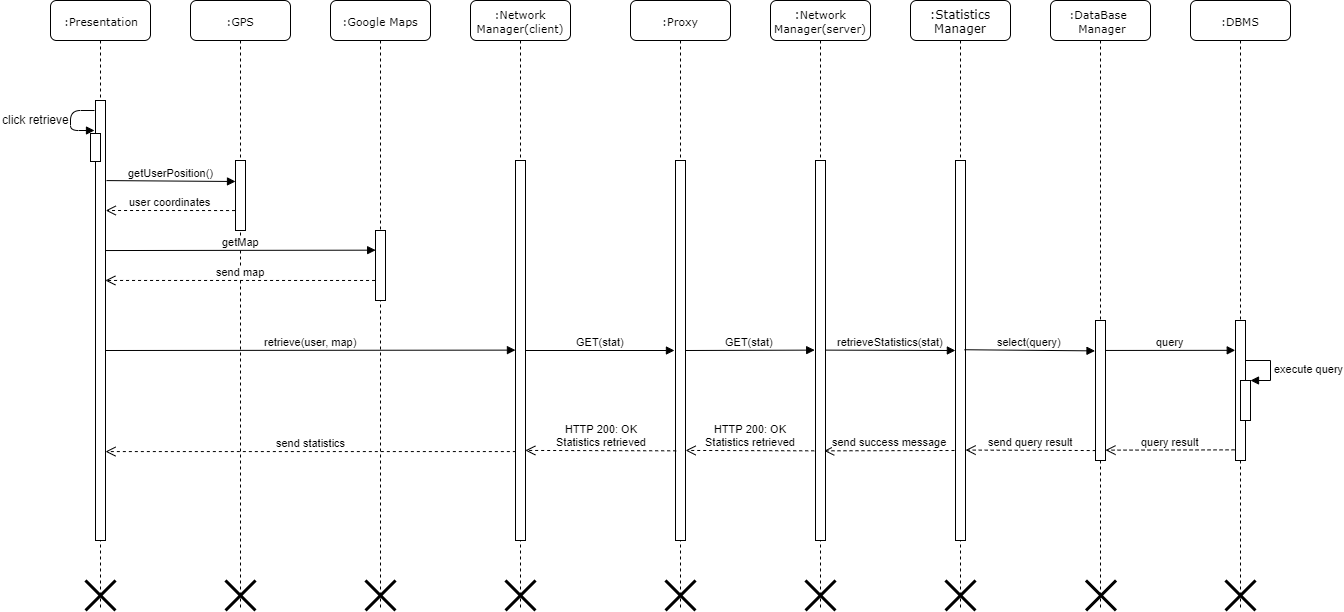
The draw.io diagram DD/img/sequence_diagrams/retrieve_statistics.png in dariomiceli3/SafeStreet, before a commit. Source tidied: cells renumbered, new cells last; positions are measured from the earlier drawing's top-left corner, leaving out a move shared by most shapes.
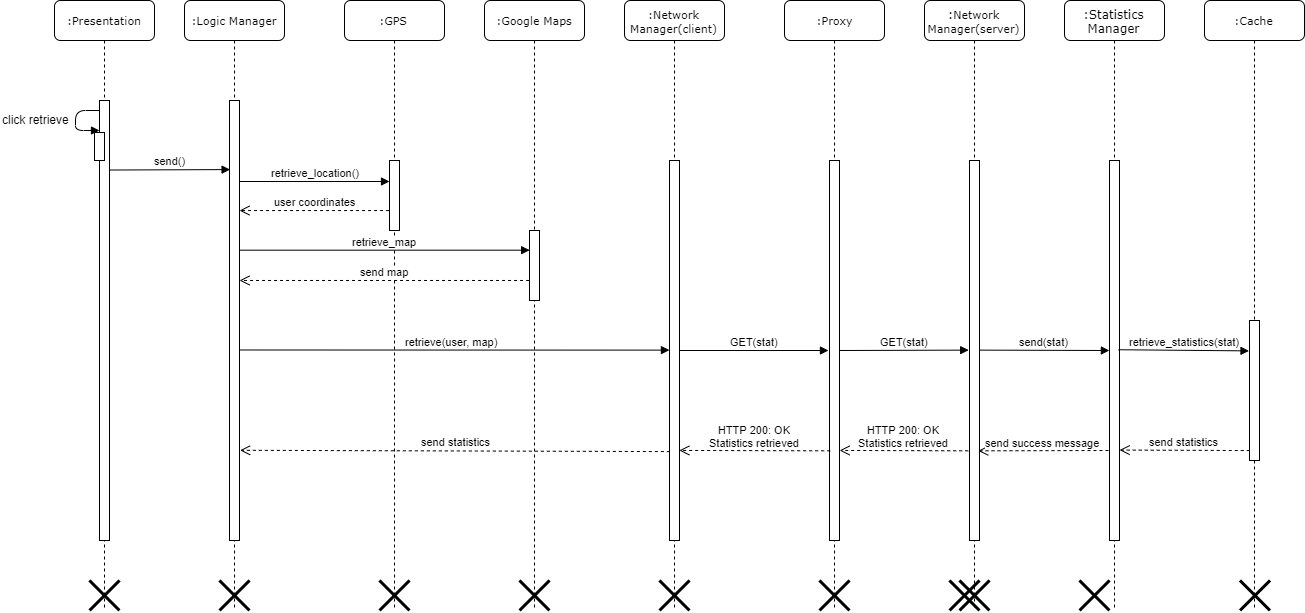
After the commit.

Change to the diagram source:
```diff
@@ -33,7 +33,7 @@
       <mxGeometry x="45" y="160" width="10" height="70" as="geometry" />
     </mxCell>
     <mxCell id="12" value="&lt;font style=&quot;font-size: 11px&quot;&gt;:Presentation&lt;/font&gt;" style="shape=umlLifeline;perimeter=lifelinePerimeter;whiteSpace=wrap;html=1;rounded=1;shadow=0;comic=0;labelBackgroundColor=none;strokeWidth=1;fontFamily=Verdana;fontSize=12;align=center;" parent="1" vertex="1">
-      <mxGeometry x="50" width="100" height="610" as="geometry" />
+      <mxGeometry x="-100" width="100" height="610" as="geometry" />
     </mxCell>
     <mxCell id="13" style="html=1;points=[];perimeter=orthogonalPerimeter;rounded=0;shadow=0;comic=0;labelBackgroundColor=none;strokeWidth=1;fontFamily=Verdana;fontSize=12;align=center;" parent="12" vertex="1">
       <mxGeometry x="45" y="100" width="10" height="440" as="geometry" />
@@ -44,45 +44,33 @@
     <mxCell id="15" style="shape=umlDestroy;whiteSpace=wrap;html=1;strokeWidth=3;" parent="12" vertex="1">
       <mxGeometry x="895" y="580" width="30" height="30" as="geometry" />
     </mxCell>
+    <mxCell id="50" value="send()" style="html=1;verticalAlign=bottom;endArrow=block;entryX=-0.141;entryY=0.157;entryDx=0;entryDy=0;entryPerimeter=0;exitX=1.04;exitY=0.158;exitDx=0;exitDy=0;exitPerimeter=0;" parent="12" edge="1" source="13">
+      <mxGeometry relative="1" as="geometry">
+        <mxPoint x="175.6" y="169.1" as="targetPoint" />
+      </mxGeometry>
+    </mxCell>
-    <mxCell id="16" value="&lt;font style=&quot;font-size: 11px&quot;&gt;:DataBase&amp;nbsp;&lt;br&gt;&amp;nbsp;Manager&lt;/font&gt;" style="shape=umlLifeline;perimeter=lifelinePerimeter;whiteSpace=wrap;html=1;rounded=1;shadow=0;comic=0;labelBackgroundColor=none;strokeWidth=1;fontFamily=Verdana;fontSize=12;align=center;" parent="1" vertex="1">
+    <mxCell id="16" value="&lt;span style=&quot;font-size: 11px&quot;&gt;:Cache&lt;/span&gt;" style="shape=umlLifeline;perimeter=lifelinePerimeter;whiteSpace=wrap;html=1;rounded=1;shadow=0;comic=0;labelBackgroundColor=none;strokeWidth=1;fontFamily=Verdana;fontSize=12;align=center;" parent="1" vertex="1">
       <mxGeometry x="1050" width="100" height="610" as="geometry" />
     </mxCell>
     <mxCell id="17" style="html=1;points=[];perimeter=orthogonalPerimeter;rounded=0;shadow=0;comic=0;labelBackgroundColor=none;strokeColor=#000000;strokeWidth=1;fillColor=#FFFFFF;fontFamily=Verdana;fontSize=12;fontColor=#000000;align=center;" parent="16" vertex="1">
       <mxGeometry x="45" y="320" width="10" height="140" as="geometry" />
     </mxCell>
-    <mxCell id="18" value="&lt;font style=&quot;font-size: 11px&quot;&gt;:DBMS&lt;/font&gt;" style="shape=umlLifeline;perimeter=lifelinePerimeter;whiteSpace=wrap;html=1;rounded=1;shadow=0;comic=0;labelBackgroundColor=none;strokeWidth=1;fontFamily=Verdana;fontSize=12;align=center;" parent="1" vertex="1">
-      <mxGeometry x="1190" width="100" height="610" as="geometry" />
-    </mxCell>
-    <mxCell id="19" style="html=1;points=[];perimeter=orthogonalPerimeter;rounded=0;shadow=0;comic=0;labelBackgroundColor=none;strokeColor=#000000;strokeWidth=1;fillColor=#FFFFFF;fontFamily=Verdana;fontSize=12;fontColor=#000000;align=center;" parent="18" vertex="1">
-      <mxGeometry x="45" y="320" width="10" height="140" as="geometry" />
-    </mxCell>
-    <mxCell id="20" style="html=1;points=[];perimeter=orthogonalPerimeter;" parent="18" vertex="1">
-      <mxGeometry x="50" y="380" width="10" height="40" as="geometry" />
-    </mxCell>
-    <mxCell id="21" value="execute query" style="edgeStyle=orthogonalEdgeStyle;html=1;align=left;spacingLeft=2;endArrow=block;rounded=0;entryX=1;entryY=0;" parent="18" edge="1" target="20">
-      <mxGeometry relative="1" as="geometry">
-        <mxPoint x="55" y="360" as="sourcePoint" />
-        <Array as="points">
-          <mxPoint x="80" y="360" />
-        </Array>
-      </mxGeometry>
-    </mxCell>
     <mxCell id="22" style="html=1;verticalAlign=bottom;endArrow=block;" parent="1" edge="1">
       <mxGeometry x="0.29" y="32" relative="1" as="geometry">
-        <mxPoint x="94" y="110" as="sourcePoint" />
-        <mxPoint x="94" y="130" as="targetPoint" />
+        <mxPoint x="-55" y="110" as="sourcePoint" />
+        <mxPoint x="-55" y="130" as="targetPoint" />
         <Array as="points">
-          <mxPoint x="70" y="110" />
-          <mxPoint x="70" y="130" />
+          <mxPoint x="-79" y="110" />
+          <mxPoint x="-79" y="130" />
         </Array>
         <mxPoint x="-30" y="22" as="offset" />
       </mxGeometry>
     </mxCell>
     <mxCell id="23" value="click retrieve" style="text;html=1;align=left;verticalAlign=top;spacingTop=-4;" parent="1" vertex="1">
-      <mxGeometry y="110" width="80" height="20" as="geometry" />
+      <mxGeometry x="-154" y="110" width="80" height="20" as="geometry" />
     </mxCell>
     <mxCell id="24" style="html=1;perimeter=orthogonalPerimeter;" parent="1" vertex="1">
-      <mxGeometry x="90" y="133" width="10" height="28" as="geometry" />
+      <mxGeometry x="-60" y="132" width="10" height="28" as="geometry" />
     </mxCell>
     <mxCell id="25" style="shape=umlDestroy;whiteSpace=wrap;html=1;strokeWidth=3;" parent="1" vertex="1">
       <mxGeometry x="505" y="580" width="30" height="30" as="geometry" />
@@ -99,15 +87,9 @@
     <mxCell id="29" style="shape=umlDestroy;whiteSpace=wrap;html=1;strokeWidth=3;direction=south;" parent="1" vertex="1">
       <mxGeometry x="1085.5" y="580" width="30" height="30" as="geometry" />
     </mxCell>
-    <mxCell id="30" style="shape=umlDestroy;whiteSpace=wrap;html=1;strokeWidth=3;" parent="1" vertex="1">
-      <mxGeometry x="1225" y="580" width="30" height="30" as="geometry" />
-    </mxCell>
     <mxCell id="31" value="GET(stat)" style="html=1;verticalAlign=bottom;endArrow=block;exitX=1.035;exitY=0.5;exitDx=0;exitDy=0;exitPerimeter=0;entryX=-0.081;entryY=0.499;entryDx=0;entryDy=0;entryPerimeter=0;" parent="1" edge="1" source="5" target="7">
       <mxGeometry relative="1" as="geometry" />
     </mxCell>
-    <mxCell id="32" value="query" style="html=1;verticalAlign=bottom;endArrow=block;exitX=1.039;exitY=0.214;exitDx=0;exitDy=0;exitPerimeter=0;entryX=-0.026;entryY=0.213;entryDx=0;entryDy=0;entryPerimeter=0;" parent="1" edge="1" source="17" target="19">
-      <mxGeometry relative="1" as="geometry" />
-    </mxCell>
     <mxCell id="33" value="&amp;nbsp; &lt;br&gt;&lt;br&gt;send success message" style="html=1;verticalAlign=bottom;endArrow=open;dashed=1;endSize=8;entryX=0.872;entryY=0.764;entryDx=0;entryDy=0;entryPerimeter=0;" parent="1" edge="1" target="7">
       <mxGeometry relative="1" as="geometry">
         <mxPoint x="954" y="450" as="sourcePoint" />
@@ -116,44 +98,39 @@
     <mxCell id="34" value="HTTP 200: OK&lt;br&gt;Statistics retrieved" style="html=1;verticalAlign=bottom;endArrow=open;dashed=1;endSize=8;exitX=0.067;exitY=0.764;exitDx=0;exitDy=0;exitPerimeter=0;entryX=0.983;entryY=0.763;entryDx=0;entryDy=0;entryPerimeter=0;" parent="1" edge="1" source="5" target="3">
       <mxGeometry relative="1" as="geometry" />
     </mxCell>
-    <mxCell id="35" value="retrieve(user, map)" style="html=1;verticalAlign=bottom;endArrow=block;entryX=-0.005;entryY=0.499;entryDx=0;entryDy=0;entryPerimeter=0;" parent="1" edge="1" target="3">
-      <mxGeometry relative="1" as="geometry">
-        <mxPoint x="105" y="350" as="sourcePoint" />
-      </mxGeometry>
+    <mxCell id="35" value="retrieve(user, map)" style="html=1;verticalAlign=bottom;endArrow=block;entryX=-0.005;entryY=0.499;entryDx=0;entryDy=0;entryPerimeter=0;exitX=0.5;exitY=0.567;exitDx=0;exitDy=0;exitPerimeter=0;" parent="1" edge="1" source="52" target="3">
+      <mxGeometry relative="1" as="geometry" />
     </mxCell>
     <mxCell id="36" value="GET(stat)" style="html=1;verticalAlign=bottom;endArrow=block;exitX=0.988;exitY=0.5;exitDx=0;exitDy=0;exitPerimeter=0;entryX=-0.105;entryY=0.5;entryDx=0;entryDy=0;entryPerimeter=0;" parent="1" edge="1" source="3" target="5">
       <mxGeometry relative="1" as="geometry" />
     </mxCell>
-    <mxCell id="37" value="retrieveStatistics(stat)" style="html=1;verticalAlign=bottom;endArrow=block;exitX=1.035;exitY=0.499;exitDx=0;exitDy=0;exitPerimeter=0;entryX=-0.012;entryY=0.5;entryDx=0;entryDy=0;entryPerimeter=0;" parent="1" edge="1" source="7" target="9">
+    <mxCell id="37" value="send(stat)" style="html=1;verticalAlign=bottom;endArrow=block;exitX=1.035;exitY=0.499;exitDx=0;exitDy=0;exitPerimeter=0;entryX=-0.012;entryY=0.5;entryDx=0;entryDy=0;entryPerimeter=0;" parent="1" edge="1" source="7" target="9">
       <mxGeometry relative="1" as="geometry" />
     </mxCell>
-    <mxCell id="38" value="getUserPosition()" style="html=1;verticalAlign=bottom;endArrow=block;exitX=1.1;exitY=0.182;exitDx=0;exitDy=0;exitPerimeter=0;" parent="1" edge="1" source="13">
+    <mxCell id="38" value="retrieve_location()" style="html=1;verticalAlign=bottom;endArrow=block;" parent="1" edge="1" source="52">
       <mxGeometry relative="1" as="geometry">
         <mxPoint x="235" y="181" as="targetPoint" />
       </mxGeometry>
     </mxCell>
-    <mxCell id="39" value="user coordinates" style="html=1;verticalAlign=bottom;endArrow=open;dashed=1;endSize=8;entryX=1.024;entryY=0.25;entryDx=0;entryDy=0;entryPerimeter=0;exitX=-0.044;exitY=0.715;exitDx=0;exitDy=0;exitPerimeter=0;" parent="1" edge="1" source="11" target="13">
+    <mxCell id="39" value="user coordinates" style="html=1;verticalAlign=bottom;endArrow=open;dashed=1;endSize=8;exitX=-0.044;exitY=0.715;exitDx=0;exitDy=0;exitPerimeter=0;" parent="1" edge="1" source="11" target="52">
       <mxGeometry relative="1" as="geometry" />
     </mxCell>
-    <mxCell id="40" value="getMap" style="html=1;verticalAlign=bottom;endArrow=block;entryX=0.015;entryY=0.281;entryDx=0;entryDy=0;entryPerimeter=0;exitX=1.044;exitY=0.341;exitDx=0;exitDy=0;exitPerimeter=0;" parent="1" edge="1" source="13" target="48">
+    <mxCell id="40" value="retrieve_map" style="html=1;verticalAlign=bottom;endArrow=block;entryX=0.015;entryY=0.281;entryDx=0;entryDy=0;entryPerimeter=0;" parent="1" edge="1" source="52" target="48">
       <mxGeometry relative="1" as="geometry" />
     </mxCell>
-    <mxCell id="41" value="send map" style="html=1;verticalAlign=bottom;endArrow=open;dashed=1;endSize=8;exitX=-0.044;exitY=0.714;exitDx=0;exitDy=0;exitPerimeter=0;entryX=0.985;entryY=0.409;entryDx=0;entryDy=0;entryPerimeter=0;" parent="1" edge="1" source="48" target="13">
+    <mxCell id="41" value="send map" style="html=1;verticalAlign=bottom;endArrow=open;dashed=1;endSize=8;exitX=-0.044;exitY=0.714;exitDx=0;exitDy=0;exitPerimeter=0;" parent="1" edge="1" source="48" target="52">
       <mxGeometry relative="1" as="geometry" />
     </mxCell>
-    <mxCell id="42" value="select(query)" style="html=1;verticalAlign=bottom;endArrow=block;entryX=-0.049;entryY=0.217;entryDx=0;entryDy=0;entryPerimeter=0;exitX=0.9;exitY=0.498;exitDx=0;exitDy=0;exitPerimeter=0;" parent="1" edge="1" source="9" target="17">
+    <mxCell id="42" value="retrieve_statistics(stat)" style="html=1;verticalAlign=bottom;endArrow=block;entryX=-0.049;entryY=0.217;entryDx=0;entryDy=0;entryPerimeter=0;exitX=0.9;exitY=0.498;exitDx=0;exitDy=0;exitPerimeter=0;" parent="1" edge="1" source="9" target="17">
       <mxGeometry relative="1" as="geometry" />
     </mxCell>
-    <mxCell id="43" value="query result" style="html=1;verticalAlign=bottom;endArrow=open;dashed=1;endSize=8;exitX=-0.095;exitY=0.924;exitDx=0;exitDy=0;exitPerimeter=0;entryX=0.998;entryY=0.926;entryDx=0;entryDy=0;entryPerimeter=0;" parent="1" edge="1" source="19" target="17">
-      <mxGeometry relative="1" as="geometry" />
-    </mxCell>
-    <mxCell id="44" value="send query result" style="html=1;verticalAlign=bottom;endArrow=open;dashed=1;endSize=8;exitX=0.021;exitY=0.929;exitDx=0;exitDy=0;exitPerimeter=0;entryX=1.011;entryY=0.762;entryDx=0;entryDy=0;entryPerimeter=0;" parent="1" edge="1" source="17" target="9">
+    <mxCell id="44" value="send statistics" style="html=1;verticalAlign=bottom;endArrow=open;dashed=1;endSize=8;exitX=0.021;exitY=0.929;exitDx=0;exitDy=0;exitPerimeter=0;entryX=1.011;entryY=0.762;entryDx=0;entryDy=0;entryPerimeter=0;" parent="1" edge="1" source="17" target="9">
       <mxGeometry relative="1" as="geometry" />
     </mxCell>
     <mxCell id="45" value="HTTP 200: OK&lt;br&gt;Statistics retrieved" style="html=1;verticalAlign=bottom;endArrow=open;dashed=1;endSize=8;exitX=-0.128;exitY=0.764;exitDx=0;exitDy=0;exitPerimeter=0;entryX=1.011;entryY=0.763;entryDx=0;entryDy=0;entryPerimeter=0;" parent="1" edge="1" source="7" target="5">
       <mxGeometry relative="1" as="geometry" />
     </mxCell>
-    <mxCell id="46" value="send statistics" style="html=1;verticalAlign=bottom;endArrow=open;dashed=1;endSize=8;exitX=0.035;exitY=0.766;exitDx=0;exitDy=0;exitPerimeter=0;" parent="1" edge="1" source="3" target="13">
+    <mxCell id="46" value="send statistics" style="html=1;verticalAlign=bottom;endArrow=open;dashed=1;endSize=8;exitX=0.035;exitY=0.766;exitDx=0;exitDy=0;exitPerimeter=0;entryX=1.059;entryY=0.795;entryDx=0;entryDy=0;entryPerimeter=0;" parent="1" edge="1" source="3" target="52">
       <mxGeometry relative="1" as="geometry" />
     </mxCell>
     <mxCell id="47" value="&lt;font style=&quot;font-size: 11px&quot;&gt;:Google Maps&lt;br&gt;&lt;/font&gt;" style="shape=umlLifeline;perimeter=lifelinePerimeter;whiteSpace=wrap;html=1;rounded=1;shadow=0;comic=0;labelBackgroundColor=none;strokeWidth=1;fontFamily=Verdana;fontSize=12;align=center;" parent="1" vertex="1">
@@ -165,5 +142,17 @@
     <mxCell id="49" style="shape=umlDestroy;whiteSpace=wrap;html=1;strokeWidth=3;" parent="1" vertex="1">
       <mxGeometry x="365" y="580" width="30" height="30" as="geometry" />
     </mxCell>
+    <mxCell id="51" value="&lt;font style=&quot;font-size: 11px&quot;&gt;:Logic Manager&lt;/font&gt;" style="shape=umlLifeline;perimeter=lifelinePerimeter;whiteSpace=wrap;html=1;rounded=1;shadow=0;comic=0;labelBackgroundColor=none;strokeWidth=1;fontFamily=Verdana;fontSize=12;align=center;" parent="1" vertex="1">
+      <mxGeometry x="30" width="100" height="610" as="geometry" />
+    </mxCell>
+    <mxCell id="52" style="html=1;points=[];perimeter=orthogonalPerimeter;rounded=0;shadow=0;comic=0;labelBackgroundColor=none;strokeWidth=1;fontFamily=Verdana;fontSize=12;align=center;" parent="51" vertex="1">
+      <mxGeometry x="45" y="100" width="10" height="440" as="geometry" />
+    </mxCell>
+    <mxCell id="53" style="shape=umlDestroy;whiteSpace=wrap;html=1;strokeWidth=3;" parent="51" vertex="1">
+      <mxGeometry x="35" y="580" width="30" height="30" as="geometry" />
+    </mxCell>
+    <mxCell id="54" style="shape=umlDestroy;whiteSpace=wrap;html=1;strokeWidth=3;" parent="51" vertex="1">
+      <mxGeometry x="895" y="580" width="30" height="30" as="geometry" />
+    </mxCell>
   </root>
 </mxGraphModel>
```
